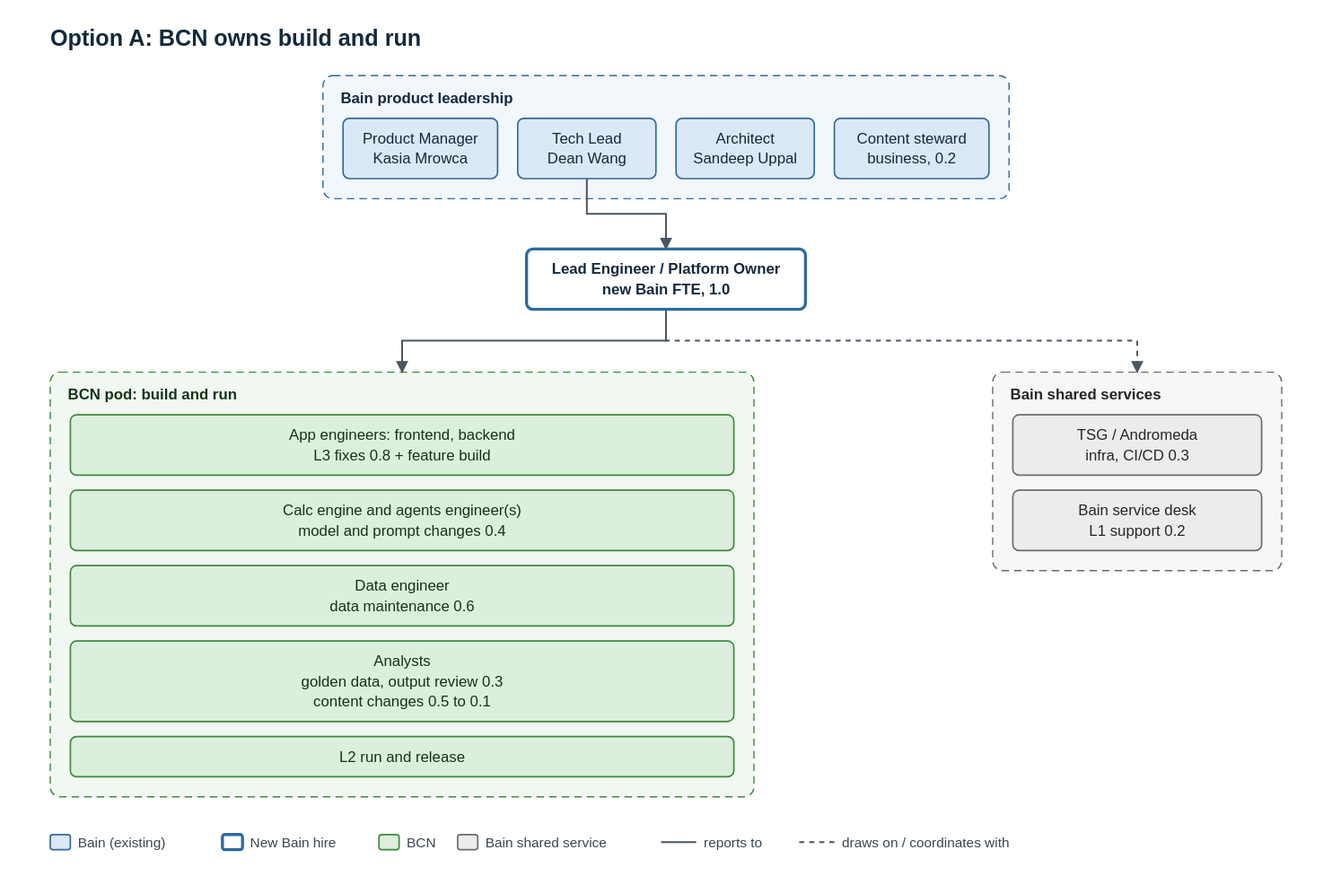
deanwang-bain/OC-TL keeps this draw.io diagram as context/post-gls-team-structure/diagrams/02-option-a-bcn.drawio.svg. Above is the earlier version. Source tidied: cells renumbered, new cells last; positions are measured from the earlier drawing's top-left corner, leaving out a move shared by most shapes.
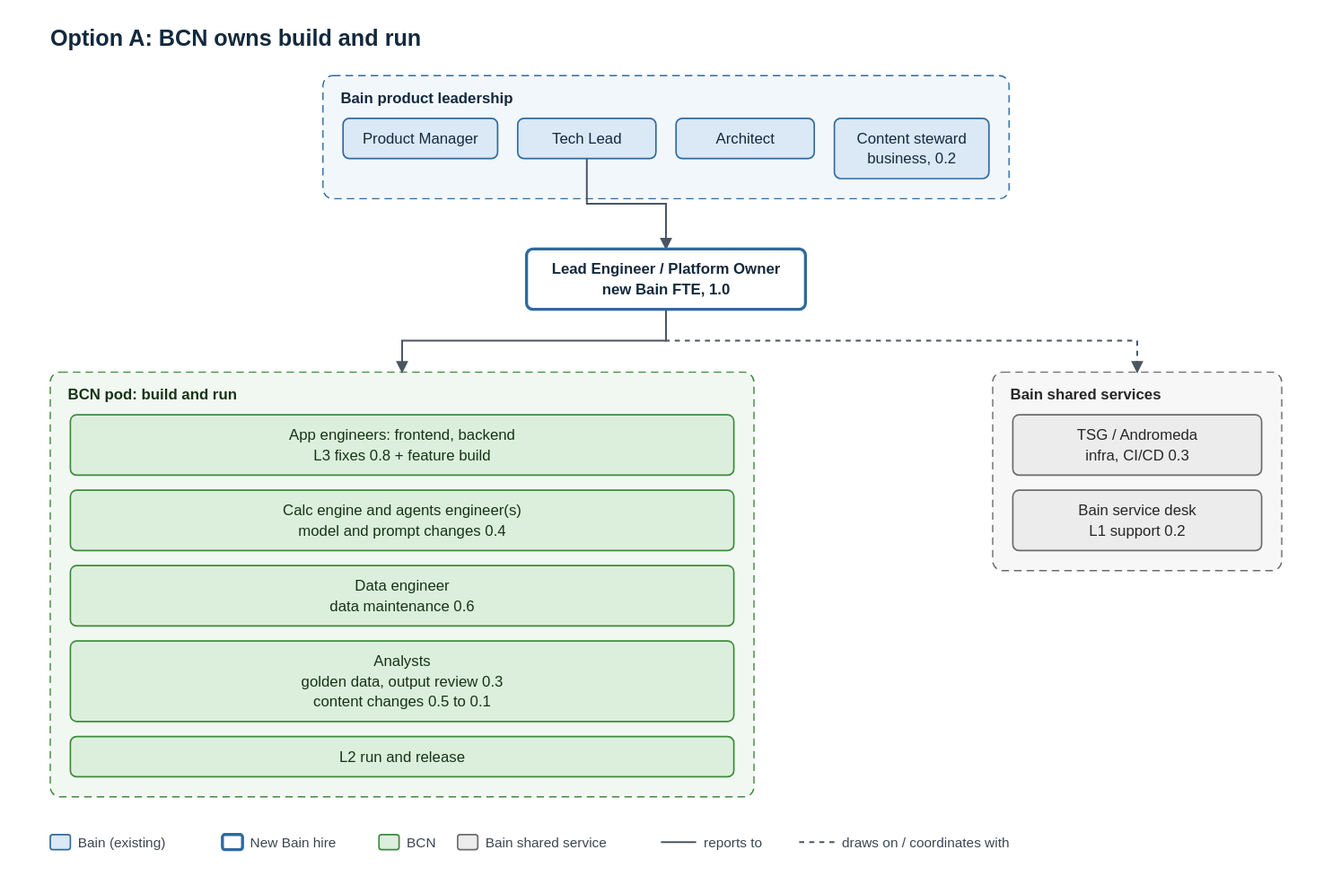
The same diagram one commit later.

Diff of the diagram source:
```diff
@@ -14,14 +14,14 @@
     <mxCell id="5" value="Bain shared services" style="rounded=1;arcSize=4;whiteSpace=wrap;html=1;dashed=1;fillColor=#f7f7f7;strokeColor=#6b6b6b;fontColor=#262626;fontStyle=1;align=left;verticalAlign=top;spacingLeft=10;spacingTop=4;" parent="1" vertex="1">
       <mxGeometry x="750" y="278" width="230" height="158" as="geometry" />
     </mxCell>
-    <mxCell id="6" value="Product Manager&lt;br&gt;Kasia Mrowca" style="rounded=1;whiteSpace=wrap;html=1;fillColor=#dbe8f5;strokeColor=#2f6a9e;fontColor=#13293d;fontSize=12;" parent="1" vertex="1">
-      <mxGeometry x="233" y="76" width="123" height="48" as="geometry" />
+    <mxCell id="6" value="Product Manager" style="rounded=1;whiteSpace=wrap;html=1;fillColor=#dbe8f5;strokeColor=#2f6a9e;fontColor=#13293d;fontSize=12;" parent="1" vertex="1">
+      <mxGeometry x="233" y="76" width="123" height="32" as="geometry" />
     </mxCell>
-    <mxCell id="7" value="Tech Lead&lt;br&gt;Dean Wang" style="rounded=1;whiteSpace=wrap;html=1;fillColor=#dbe8f5;strokeColor=#2f6a9e;fontColor=#13293d;fontSize=12;" parent="1" vertex="1">
-      <mxGeometry x="372" y="76" width="110" height="48" as="geometry" />
+    <mxCell id="7" value="Tech Lead" style="rounded=1;whiteSpace=wrap;html=1;fillColor=#dbe8f5;strokeColor=#2f6a9e;fontColor=#13293d;fontSize=12;" parent="1" vertex="1">
+      <mxGeometry x="372" y="76" width="110" height="32" as="geometry" />
     </mxCell>
-    <mxCell id="8" value="Architect&lt;br&gt;Sandeep Uppal" style="rounded=1;whiteSpace=wrap;html=1;fillColor=#dbe8f5;strokeColor=#2f6a9e;fontColor=#13293d;fontSize=12;" parent="1" vertex="1">
-      <mxGeometry x="498" y="76" width="110" height="48" as="geometry" />
+    <mxCell id="8" value="Architect" style="rounded=1;whiteSpace=wrap;html=1;fillColor=#dbe8f5;strokeColor=#2f6a9e;fontColor=#13293d;fontSize=12;" parent="1" vertex="1">
+      <mxGeometry x="498" y="76" width="110" height="32" as="geometry" />
     </mxCell>
     <mxCell id="9" value="Content steward&lt;br&gt;business, 0.2" style="rounded=1;whiteSpace=wrap;html=1;fillColor=#dbe8f5;strokeColor=#2f6a9e;fontColor=#13293d;fontSize=12;" parent="1" vertex="1">
       <mxGeometry x="624" y="76" width="123" height="48" as="geometry" />
```
